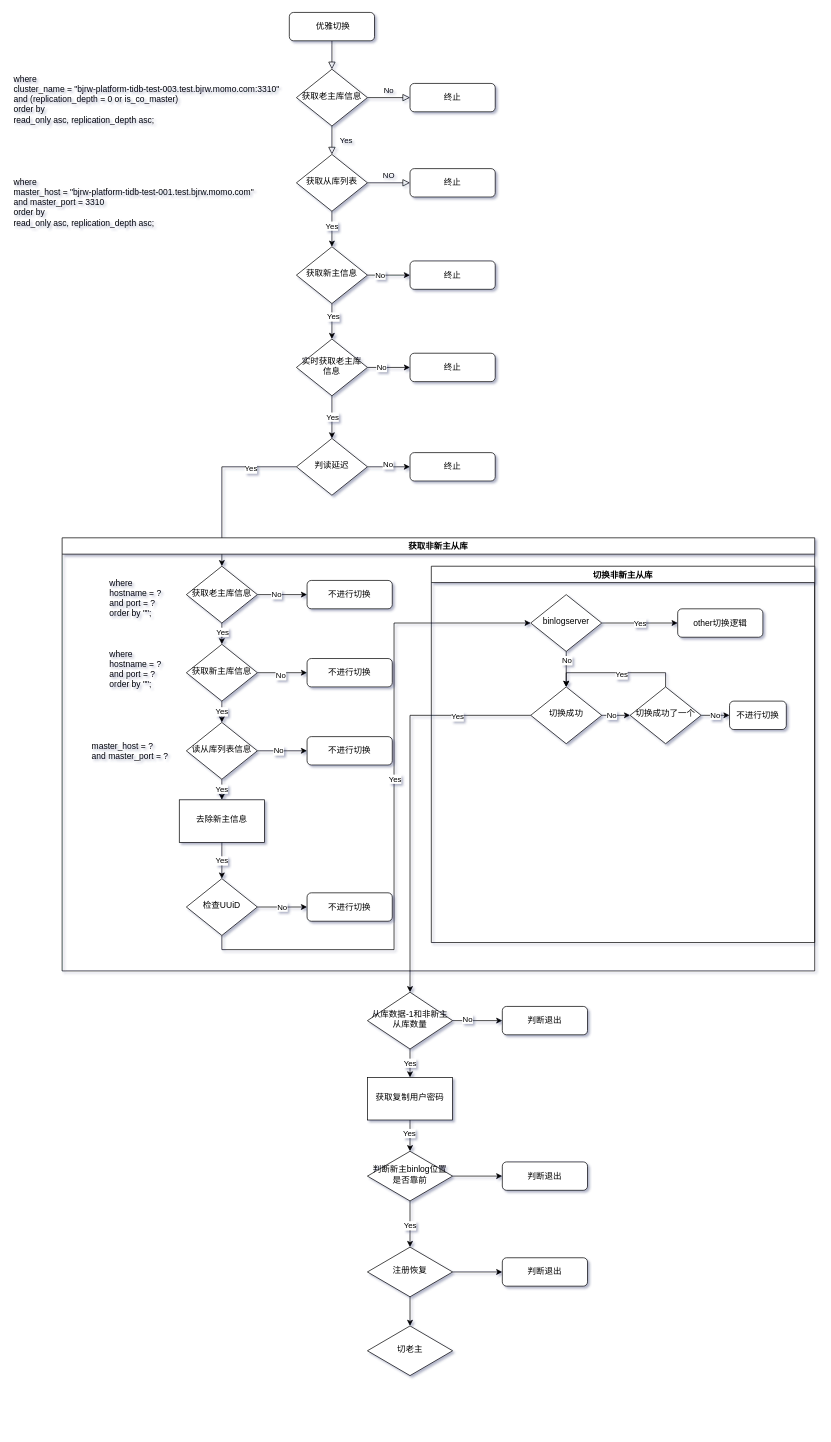
The draw.io diagram test1/orchestrator优雅切换.drawio in WXY3/test, before the edit. Source tidied: cells renumbered, new cells numbered last; positions are measured from the earlier drawing's top-left corner, leaving out a move shared by most shapes. Both pictures are drawn from the tidied source at 71%, with x=0, y=0 at pixel (12, 12).
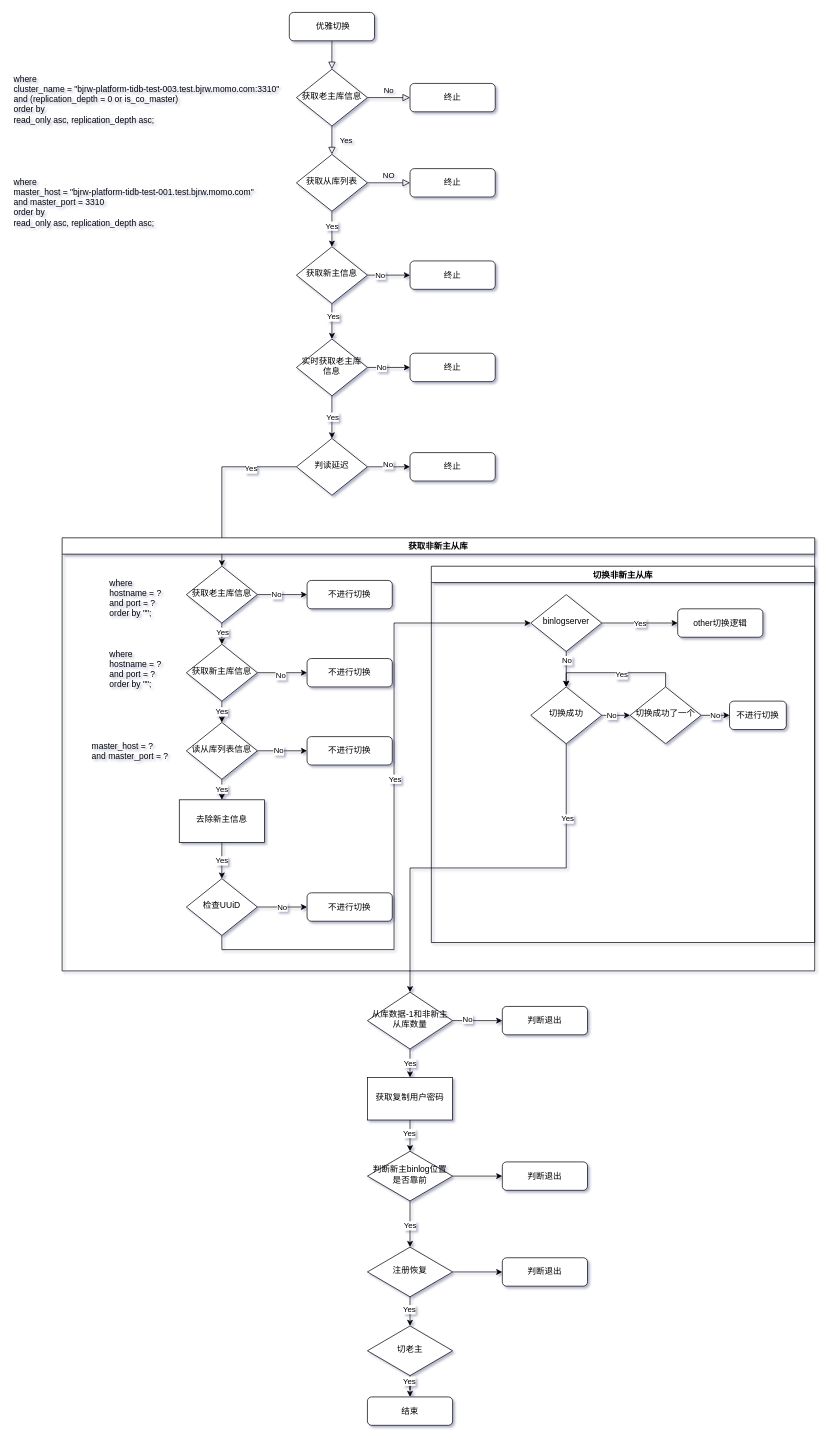
Above is the later version.

Commit message:
更新orchestrator优雅切换.drawio

The change refers to these unchanged cells:
```xml
<mxCell id="63" value="切换成功" style="rhombus;whiteSpace=wrap;html=1;shadow=0;fontFamily=Helvetica;fontSize=12;align=center;strokeWidth=1;spacing=6;spacingTop=-4;" parent="59" vertex="1">
  <mxGeometry x="140" y="170" width="100" height="80" as="geometry" />
</mxCell>
<mxCell id="77" value="从库数据-1和非新主从库数量" style="rhombus;whiteSpace=wrap;html=1;shadow=0;fontFamily=Helvetica;fontSize=12;align=center;strokeWidth=1;spacing=6;spacingTop=-4;" parent="1" vertex="1">
  <mxGeometry x="500" y="1380" width="120" height="80" as="geometry" />
</mxCell>
<mxCell id="90" style="edgeStyle=orthogonalEdgeStyle;rounded=0;jettySize=auto;html=1;" parent="1" edge="1" source="91" target="93">
  <mxGeometry relative="1" as="geometry" />
</mxCell>
<mxCell id="93" value="切老主" style="rhombus;whiteSpace=wrap;html=1;shadow=0;strokeWidth=1;spacing=6;spacingTop=-4;" parent="1" vertex="1">
  <mxGeometry x="500" y="1850" width="120" height="70" as="geometry" />
</mxCell>
```

Diff of the diagram source:
```diff
@@
-    <mxCell id="79" style="edgeStyle=orthogonalEdgeStyle;rounded=0;jettySize=auto;html=1;entryX=0.5;entryY=0;entryDx=0;entryDy=0;" parent="1" edge="1" source="63" target="77">
+    <mxCell id="79" style="edgeStyle=orthogonalEdgeStyle;rounded=0;jettySize=auto;html=1;entryX=0.5;entryY=0;entryDx=0;entryDy=0;exitX=0.5;exitY=1;exitDx=0;exitDy=0;" parent="1" edge="1" source="63" target="77">
       <mxGeometry relative="1" as="geometry" />
     </mxCell>
@@
+    <mxCell id="94" value="Yes" style="edgeLabel;html=1;align=center;verticalAlign=middle;" parent="90" vertex="1">
+      <mxGeometry x="-0.17" y="-2" relative="1" as="geometry" />
+    </mxCell>
@@
+    <mxCell id="95" style="edgeStyle=orthogonalEdgeStyle;rounded=0;jettySize=auto;html=1;" parent="1" edge="1" source="93" target="97">
+      <mxGeometry relative="1" as="geometry" />
+    </mxCell>
+    <mxCell id="96" value="Yes" style="edgeLabel;html=1;align=center;verticalAlign=middle;" parent="95" vertex="1">
+      <mxGeometry x="-0.72" y="-2" relative="1" as="geometry" />
+    </mxCell>
@@
+    <mxCell id="97" value="结束" style="rounded=1;whiteSpace=wrap;html=1;fontSize=12;glass=0;strokeWidth=1;shadow=0;" parent="1" vertex="1">
+      <mxGeometry x="500" y="1950" width="120" height="40" as="geometry" />
+    </mxCell>
```
